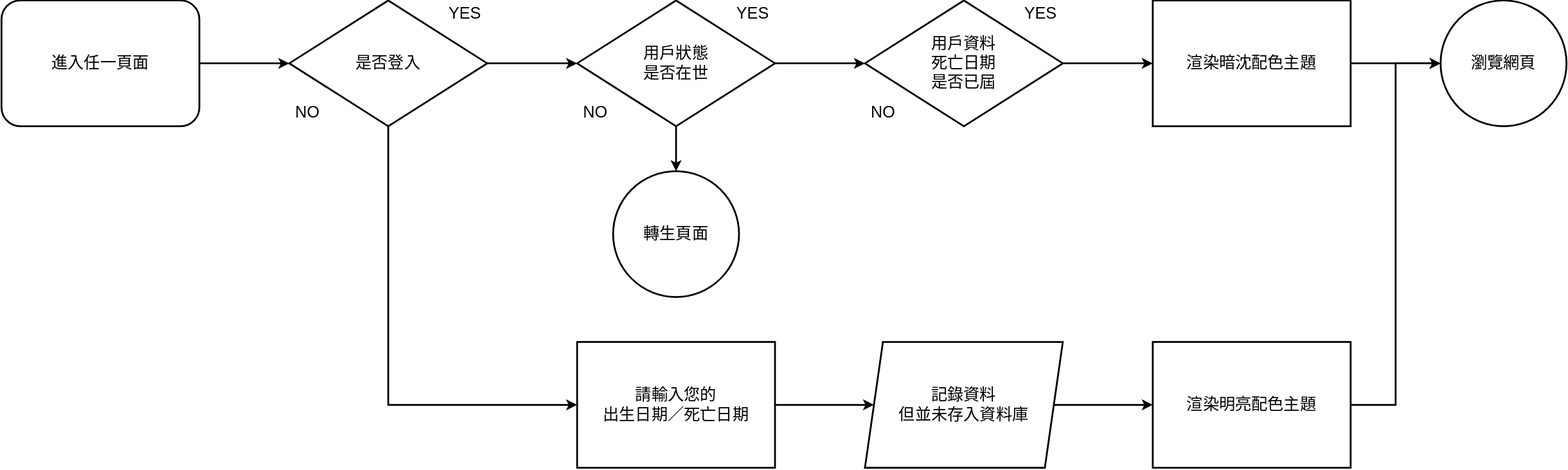
Above: Flowchart/Common Flow.drawio.svg in Dandelion64/MFEE26-D (draw.io), before the change. Source tidied: cells renumbered, new cells last; positions are measured from the earlier drawing's top-left corner, leaving out a move shared by most shapes.
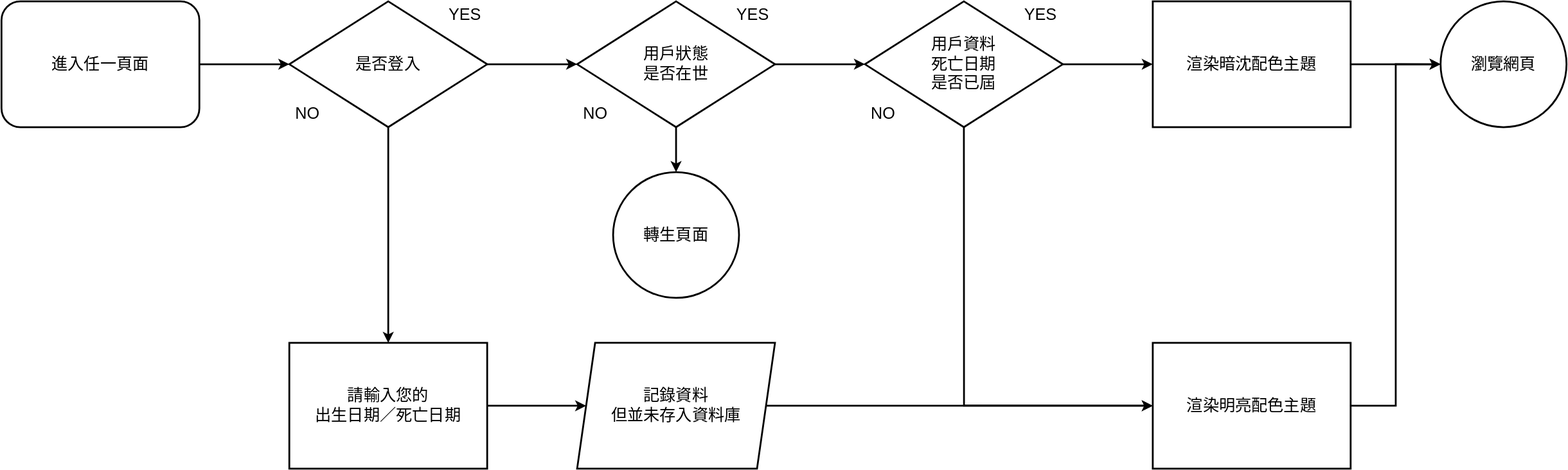
The same file after the commit.

What changed in the source:
```diff
@@ -5,7 +5,7 @@
     <mxCell id="2" style="edgeStyle=orthogonalEdgeStyle;jumpSize=14;jettySize=auto;html=1;exitX=1;exitY=0.5;exitDx=0;exitDy=0;entryX=0;entryY=0.5;entryDx=0;entryDy=0;fontFamily=Helvetica;fontSize=18;strokeWidth=2;" parent="1" edge="1" source="4" target="7">
       <mxGeometry relative="1" as="geometry" />
     </mxCell>
-    <mxCell id="3" style="edgeStyle=orthogonalEdgeStyle;jumpSize=14;jettySize=auto;html=1;exitX=0.5;exitY=1;exitDx=0;exitDy=0;entryX=0;entryY=0.5;entryDx=0;entryDy=0;fontFamily=Helvetica;fontSize=18;strokeWidth=2;rounded=0;" parent="1" edge="1" source="4" target="13">
+    <mxCell id="3" style="edgeStyle=orthogonalEdgeStyle;rounded=0;jumpSize=14;jettySize=auto;html=1;exitX=0.5;exitY=1;exitDx=0;exitDy=0;fontFamily=Helvetica;fontSize=18;strokeWidth=2;" parent="1" edge="1" source="4" target="13">
       <mxGeometry relative="1" as="geometry" />
     </mxCell>
     <mxCell id="4" value="是否登入" style="rhombus;whiteSpace=wrap;html=1;fontSize=18;strokeWidth=2;rounded=0;" parent="1" vertex="1">
@@ -23,6 +23,9 @@
     <mxCell id="8" style="edgeStyle=orthogonalEdgeStyle;jumpSize=14;jettySize=auto;html=1;exitX=1;exitY=0.5;exitDx=0;exitDy=0;entryX=0;entryY=0.5;entryDx=0;entryDy=0;fontFamily=Helvetica;fontSize=18;strokeWidth=2;" parent="1" edge="1" source="9" target="18">
       <mxGeometry relative="1" as="geometry" />
     </mxCell>
+    <mxCell id="28" style="edgeStyle=orthogonalEdgeStyle;rounded=0;jumpSize=14;jettySize=auto;html=1;exitX=0.5;exitY=1;exitDx=0;exitDy=0;entryX=0;entryY=0.5;entryDx=0;entryDy=0;fontFamily=Helvetica;fontSize=18;strokeWidth=2;" parent="1" edge="1" source="9" target="16">
+      <mxGeometry relative="1" as="geometry" />
+    </mxCell>
     <mxCell id="9" value="用戶資料&lt;br style=&quot;font-size: 18px;&quot;&gt;死亡日期&lt;br style=&quot;font-size: 18px;&quot;&gt;是否已屆" style="rhombus;whiteSpace=wrap;html=1;fontSize=18;strokeWidth=2;rounded=0;" parent="1" vertex="1">
       <mxGeometry x="960" width="220" height="140" as="geometry" />
     </mxCell>
@@ -30,13 +33,13 @@
       <mxGeometry relative="1" as="geometry" />
     </mxCell>
     <mxCell id="11" value="記錄資料&lt;br style=&quot;font-size: 18px;&quot;&gt;但並未存入資料庫" style="shape=parallelogram;perimeter=parallelogramPerimeter;whiteSpace=wrap;html=1;fixedSize=1;fontSize=18;strokeWidth=2;rounded=0;" parent="1" vertex="1">
-      <mxGeometry x="960" y="380" width="220" height="140" as="geometry" />
+      <mxGeometry x="640" y="380" width="220" height="140" as="geometry" />
     </mxCell>
     <mxCell id="12" style="edgeStyle=orthogonalEdgeStyle;jumpSize=14;jettySize=auto;html=1;exitX=1;exitY=0.5;exitDx=0;exitDy=0;fontFamily=Helvetica;fontSize=18;strokeWidth=2;" parent="1" edge="1" source="13" target="11">
       <mxGeometry relative="1" as="geometry" />
     </mxCell>
     <mxCell id="13" value="請輸入您的&lt;br style=&quot;font-size: 18px;&quot;&gt;出生日期／死亡日期" style="rounded=0;whiteSpace=wrap;html=1;fontSize=18;strokeWidth=2;" parent="1" vertex="1">
-      <mxGeometry x="640" y="380" width="220" height="140" as="geometry" />
+      <mxGeometry x="320" y="380" width="220" height="140" as="geometry" />
     </mxCell>
     <mxCell id="14" value="轉生頁面" style="ellipse;whiteSpace=wrap;html=1;fontSize=18;strokeWidth=2;spacingTop=0;spacing=2;horizontal=1;perimeterSpacing=0;rounded=0;" parent="1" vertex="1">
       <mxGeometry x="680" y="190" width="140" height="140" as="geometry" />
```
